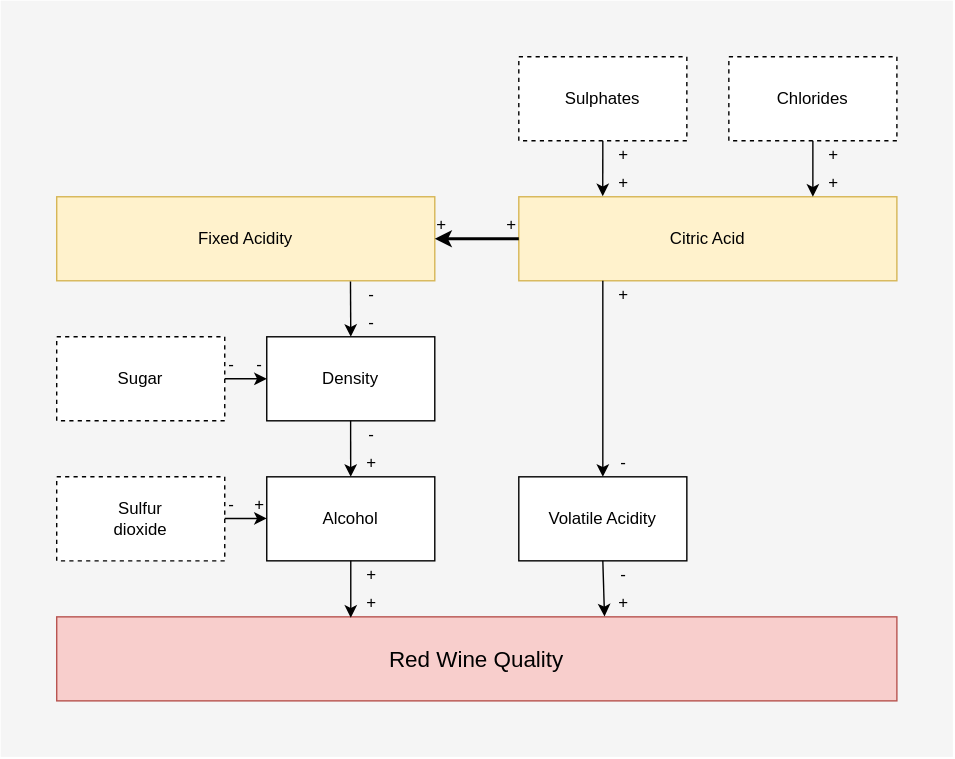
Above: visualisations/wine.svg in Joffreybvn/wine-quality-analysis (draw.io), before the change. Source tidied: cells renumbered, new cells last; positions are measured from the earlier drawing's top-left corner, leaving out a move shared by most shapes. Source of this version:
```xml
<mxGraphModel>
  <root>
    <mxCell id="0" />
    <mxCell id="1" parent="0" />
    <mxCell id="2" style="rounded=0;whiteSpace=wrap;html=1;fillColor=#f5f5f5;fontColor=#333333;strokeColor=none;" parent="1" vertex="1">
      <mxGeometry width="680" height="540" as="geometry" />
    </mxCell>
    <mxCell id="3" style="rounded=0;whiteSpace=wrap;html=1;fillColor=#f8cecc;strokeColor=#b85450;" parent="1" vertex="1">
      <mxGeometry x="40" y="440" width="600" height="60" as="geometry" />
    </mxCell>
    <mxCell id="4" value="&lt;font style=&quot;font-size: 16px&quot;&gt;Red Wine Quality&lt;/font&gt;" style="text;html=1;strokeColor=none;fillColor=none;align=center;verticalAlign=middle;whiteSpace=wrap;rounded=0;" parent="1" vertex="1">
      <mxGeometry x="40" y="460" width="600" height="20" as="geometry" />
    </mxCell>
    <mxCell id="5" style="rounded=0;whiteSpace=wrap;html=1;dashed=1;" parent="1" vertex="1">
      <mxGeometry x="520" y="40" width="120" height="60" as="geometry" />
    </mxCell>
    <mxCell id="6" value="Chlorides" style="text;html=1;strokeColor=none;fillColor=none;align=center;verticalAlign=middle;whiteSpace=wrap;rounded=0;" parent="1" vertex="1">
      <mxGeometry x="560" y="60" width="40" height="20" as="geometry" />
    </mxCell>
    <mxCell id="7" style="rounded=0;whiteSpace=wrap;html=1;dashed=1;" parent="1" vertex="1">
      <mxGeometry x="370" y="40" width="120" height="60" as="geometry" />
    </mxCell>
    <mxCell id="8" value="Sulphates" style="text;html=1;strokeColor=none;fillColor=none;align=center;verticalAlign=middle;whiteSpace=wrap;rounded=0;" parent="1" vertex="1">
      <mxGeometry x="410" y="60" width="40" height="20" as="geometry" />
    </mxCell>
    <mxCell id="9" style="rounded=0;whiteSpace=wrap;html=1;dashed=1;" parent="1" vertex="1">
      <mxGeometry x="40" y="340" width="120" height="60" as="geometry" />
    </mxCell>
    <mxCell id="10" value="Sulfur dioxide" style="text;html=1;strokeColor=none;fillColor=none;align=center;verticalAlign=middle;whiteSpace=wrap;rounded=0;" parent="1" vertex="1">
      <mxGeometry x="80" y="360" width="40" height="20" as="geometry" />
    </mxCell>
    <mxCell id="11" style="rounded=0;whiteSpace=wrap;html=1;dashed=1;" parent="1" vertex="1">
      <mxGeometry x="40" y="240" width="120" height="60" as="geometry" />
    </mxCell>
    <mxCell id="12" value="Sugar" style="text;html=1;strokeColor=none;fillColor=none;align=center;verticalAlign=middle;whiteSpace=wrap;rounded=0;" parent="1" vertex="1">
      <mxGeometry x="80" y="260" width="40" height="20" as="geometry" />
    </mxCell>
    <mxCell id="13" style="rounded=0;whiteSpace=wrap;html=1;fillColor=#fff2cc;strokeColor=#d6b656;" parent="1" vertex="1">
      <mxGeometry x="370" y="140" width="270" height="60" as="geometry" />
    </mxCell>
    <mxCell id="14" style="rounded=0;whiteSpace=wrap;html=1;fillColor=#fff2cc;strokeColor=#d6b656;" parent="1" vertex="1">
      <mxGeometry x="40" y="140" width="270" height="60" as="geometry" />
    </mxCell>
    <mxCell id="15" style="endArrow=classic;html=1;exitX=0.5;exitY=1;exitDx=0;exitDy=0;entryX=0.222;entryY=-0.007;entryDx=0;entryDy=0;entryPerimeter=0;" parent="1" edge="1" source="7" target="13">
      <mxGeometry relative="1" as="geometry" />
    </mxCell>
    <mxCell id="16" style="endArrow=classic;html=1;exitX=0.5;exitY=1;exitDx=0;exitDy=0;" parent="1" edge="1" source="5">
      <mxGeometry relative="1" as="geometry">
        <mxPoint x="580" y="140" as="targetPoint" />
      </mxGeometry>
    </mxCell>
    <mxCell id="17" value="Citric Acid" style="text;html=1;strokeColor=none;fillColor=none;align=center;verticalAlign=middle;whiteSpace=wrap;rounded=0;" parent="1" vertex="1">
      <mxGeometry x="370" y="160" width="270" height="20" as="geometry" />
    </mxCell>
    <mxCell id="18" value="Fixed Acidity" style="text;html=1;strokeColor=none;fillColor=none;align=center;verticalAlign=middle;whiteSpace=wrap;rounded=0;" parent="1" vertex="1">
      <mxGeometry x="40" y="160" width="270" height="20" as="geometry" />
    </mxCell>
    <mxCell id="19" style="rounded=0;whiteSpace=wrap;html=1;" parent="1" vertex="1">
      <mxGeometry x="190" y="240" width="120" height="60" as="geometry" />
    </mxCell>
    <mxCell id="20" style="rounded=0;whiteSpace=wrap;html=1;" parent="1" vertex="1">
      <mxGeometry x="190" y="340" width="120" height="60" as="geometry" />
    </mxCell>
    <mxCell id="21" style="rounded=0;whiteSpace=wrap;html=1;" parent="1" vertex="1">
      <mxGeometry x="370" y="340" width="120" height="60" as="geometry" />
    </mxCell>
    <mxCell id="22" style="endArrow=classic;html=1;exitX=0.777;exitY=1.01;exitDx=0;exitDy=0;entryX=0.5;entryY=0;entryDx=0;entryDy=0;exitPerimeter=0;" parent="1" edge="1" source="14" target="19">
      <mxGeometry relative="1" as="geometry" />
    </mxCell>
    <mxCell id="23" style="endArrow=classic;html=1;exitX=0.777;exitY=1.01;exitDx=0;exitDy=0;exitPerimeter=0;" parent="1" edge="1" target="20">
      <mxGeometry relative="1" as="geometry">
        <mxPoint x="249.9" y="300" as="sourcePoint" />
      </mxGeometry>
    </mxCell>
    <mxCell id="24" style="endArrow=classic;html=1;entryX=0.5;entryY=0;entryDx=0;entryDy=0;" parent="1" edge="1" target="21">
      <mxGeometry relative="1" as="geometry">
        <mxPoint x="430" y="200" as="sourcePoint" />
      </mxGeometry>
    </mxCell>
    <mxCell id="25" style="endArrow=classic;html=1;exitX=1;exitY=0.5;exitDx=0;exitDy=0;entryX=0;entryY=0.5;entryDx=0;entryDy=0;" parent="1" edge="1" source="11" target="19">
      <mxGeometry relative="1" as="geometry" />
    </mxCell>
    <mxCell id="26" style="endArrow=classic;html=1;exitX=1;exitY=0.5;exitDx=0;exitDy=0;entryX=0;entryY=0.5;entryDx=0;entryDy=0;" parent="1" edge="1">
      <mxGeometry relative="1" as="geometry">
        <mxPoint x="160" y="369.8" as="sourcePoint" />
        <mxPoint x="190" y="369.8" as="targetPoint" />
      </mxGeometry>
    </mxCell>
    <mxCell id="27" style="endArrow=classic;html=1;exitX=0.5;exitY=1;exitDx=0;exitDy=0;entryX=0.652;entryY=-0.005;entryDx=0;entryDy=0;entryPerimeter=0;" parent="1" edge="1" source="21" target="3">
      <mxGeometry relative="1" as="geometry" />
    </mxCell>
    <mxCell id="28" value="Density" style="text;html=1;strokeColor=none;fillColor=none;align=center;verticalAlign=middle;whiteSpace=wrap;rounded=0;" parent="1" vertex="1">
      <mxGeometry x="230" y="260" width="40" height="20" as="geometry" />
    </mxCell>
    <mxCell id="29" value="Alcohol" style="text;html=1;strokeColor=none;fillColor=none;align=center;verticalAlign=middle;whiteSpace=wrap;rounded=0;" parent="1" vertex="1">
      <mxGeometry x="230" y="360" width="40" height="20" as="geometry" />
    </mxCell>
    <mxCell id="30" value="Volatile Acidity" style="text;html=1;strokeColor=none;fillColor=none;align=center;verticalAlign=middle;whiteSpace=wrap;rounded=0;" parent="1" vertex="1">
      <mxGeometry x="370" y="360" width="120" height="20" as="geometry" />
    </mxCell>
    <mxCell id="31" style="endArrow=classic;html=1;exitX=0.5;exitY=1;exitDx=0;exitDy=0;entryX=0.35;entryY=0.01;entryDx=0;entryDy=0;entryPerimeter=0;" parent="1" edge="1" source="20" target="3">
      <mxGeometry relative="1" as="geometry" />
    </mxCell>
    <mxCell id="32" style="endArrow=classic;startArrow=none;html=1;exitX=0;exitY=0.5;exitDx=0;exitDy=0;entryX=1;entryY=0.5;entryDx=0;entryDy=0;strokeWidth=2;endFill=1;startFill=0;" parent="1" edge="1" source="17" target="18">
      <mxGeometry relative="1" as="geometry" />
    </mxCell>
    <mxCell id="33" value="+" style="text;html=1;strokeColor=none;fillColor=none;align=center;verticalAlign=middle;whiteSpace=wrap;rounded=0;dashed=1;" parent="1" vertex="1">
      <mxGeometry x="440" y="420" width="10" height="20" as="geometry" />
    </mxCell>
    <mxCell id="34" value="-" style="text;html=1;strokeColor=none;fillColor=none;align=center;verticalAlign=middle;whiteSpace=wrap;rounded=0;dashed=1;" parent="1" vertex="1">
      <mxGeometry x="440" y="400" width="10" height="20" as="geometry" />
    </mxCell>
    <mxCell id="35" value="+" style="text;html=1;strokeColor=none;fillColor=none;align=center;verticalAlign=middle;whiteSpace=wrap;rounded=0;dashed=1;" parent="1" vertex="1">
      <mxGeometry x="260" y="420" width="10" height="20" as="geometry" />
    </mxCell>
    <mxCell id="36" value="+" style="text;html=1;strokeColor=none;fillColor=none;align=center;verticalAlign=middle;whiteSpace=wrap;rounded=0;dashed=1;" parent="1" vertex="1">
      <mxGeometry x="260" y="400" width="10" height="20" as="geometry" />
    </mxCell>
    <mxCell id="37" value="+" style="text;html=1;strokeColor=none;fillColor=none;align=center;verticalAlign=middle;whiteSpace=wrap;rounded=0;dashed=1;" parent="1" vertex="1">
      <mxGeometry x="180" y="350" width="10" height="20" as="geometry" />
    </mxCell>
    <mxCell id="38" value="-" style="text;html=1;strokeColor=none;fillColor=none;align=center;verticalAlign=middle;whiteSpace=wrap;rounded=0;dashed=1;" parent="1" vertex="1">
      <mxGeometry x="160" y="350" width="10" height="20" as="geometry" />
    </mxCell>
    <mxCell id="39" value="-" style="text;html=1;strokeColor=none;fillColor=none;align=center;verticalAlign=middle;whiteSpace=wrap;rounded=0;dashed=1;" parent="1" vertex="1">
      <mxGeometry x="160" y="250" width="10" height="20" as="geometry" />
    </mxCell>
    <mxCell id="40" value="-" style="text;html=1;strokeColor=none;fillColor=none;align=center;verticalAlign=middle;whiteSpace=wrap;rounded=0;dashed=1;" parent="1" vertex="1">
      <mxGeometry x="180" y="250" width="10" height="20" as="geometry" />
    </mxCell>
    <mxCell id="41" value="-" style="text;html=1;strokeColor=none;fillColor=none;align=center;verticalAlign=middle;whiteSpace=wrap;rounded=0;dashed=1;" parent="1" vertex="1">
      <mxGeometry x="260" y="300" width="10" height="20" as="geometry" />
    </mxCell>
    <mxCell id="42" value="+" style="text;html=1;strokeColor=none;fillColor=none;align=center;verticalAlign=middle;whiteSpace=wrap;rounded=0;dashed=1;" parent="1" vertex="1">
      <mxGeometry x="260" y="320" width="10" height="20" as="geometry" />
    </mxCell>
    <mxCell id="43" value="-" style="text;html=1;strokeColor=none;fillColor=none;align=center;verticalAlign=middle;whiteSpace=wrap;rounded=0;dashed=1;" parent="1" vertex="1">
      <mxGeometry x="260" y="220" width="10" height="20" as="geometry" />
    </mxCell>
    <mxCell id="44" value="-" style="text;html=1;strokeColor=none;fillColor=none;align=center;verticalAlign=middle;whiteSpace=wrap;rounded=0;dashed=1;" parent="1" vertex="1">
      <mxGeometry x="260" y="200" width="10" height="20" as="geometry" />
    </mxCell>
    <mxCell id="45" value="-" style="text;html=1;strokeColor=none;fillColor=none;align=center;verticalAlign=middle;whiteSpace=wrap;rounded=0;dashed=1;" parent="1" vertex="1">
      <mxGeometry x="440" y="320" width="10" height="20" as="geometry" />
    </mxCell>
    <mxCell id="46" value="+" style="text;html=1;strokeColor=none;fillColor=none;align=center;verticalAlign=middle;whiteSpace=wrap;rounded=0;dashed=1;" parent="1" vertex="1">
      <mxGeometry x="440" y="200" width="10" height="20" as="geometry" />
    </mxCell>
    <mxCell id="47" value="+" style="text;html=1;strokeColor=none;fillColor=none;align=center;verticalAlign=middle;whiteSpace=wrap;rounded=0;dashed=1;" parent="1" vertex="1">
      <mxGeometry x="360" y="150" width="10" height="20" as="geometry" />
    </mxCell>
    <mxCell id="48" value="+" style="text;html=1;strokeColor=none;fillColor=none;align=center;verticalAlign=middle;whiteSpace=wrap;rounded=0;dashed=1;" parent="1" vertex="1">
      <mxGeometry x="310" y="150" width="10" height="20" as="geometry" />
    </mxCell>
    <mxCell id="49" value="+" style="text;html=1;strokeColor=none;fillColor=none;align=center;verticalAlign=middle;whiteSpace=wrap;rounded=0;dashed=1;" parent="1" vertex="1">
      <mxGeometry x="440" y="100" width="10" height="20" as="geometry" />
    </mxCell>
    <mxCell id="50" value="+" style="text;html=1;strokeColor=none;fillColor=none;align=center;verticalAlign=middle;whiteSpace=wrap;rounded=0;dashed=1;" parent="1" vertex="1">
      <mxGeometry x="440" y="120" width="10" height="20" as="geometry" />
    </mxCell>
    <mxCell id="51" value="+" style="text;html=1;strokeColor=none;fillColor=none;align=center;verticalAlign=middle;whiteSpace=wrap;rounded=0;dashed=1;" parent="1" vertex="1">
      <mxGeometry x="590" y="100" width="10" height="20" as="geometry" />
    </mxCell>
    <mxCell id="52" value="+" style="text;html=1;strokeColor=none;fillColor=none;align=center;verticalAlign=middle;whiteSpace=wrap;rounded=0;dashed=1;" parent="1" vertex="1">
      <mxGeometry x="590" y="120" width="10" height="20" as="geometry" />
    </mxCell>
  </root>
</mxGraphModel>
```
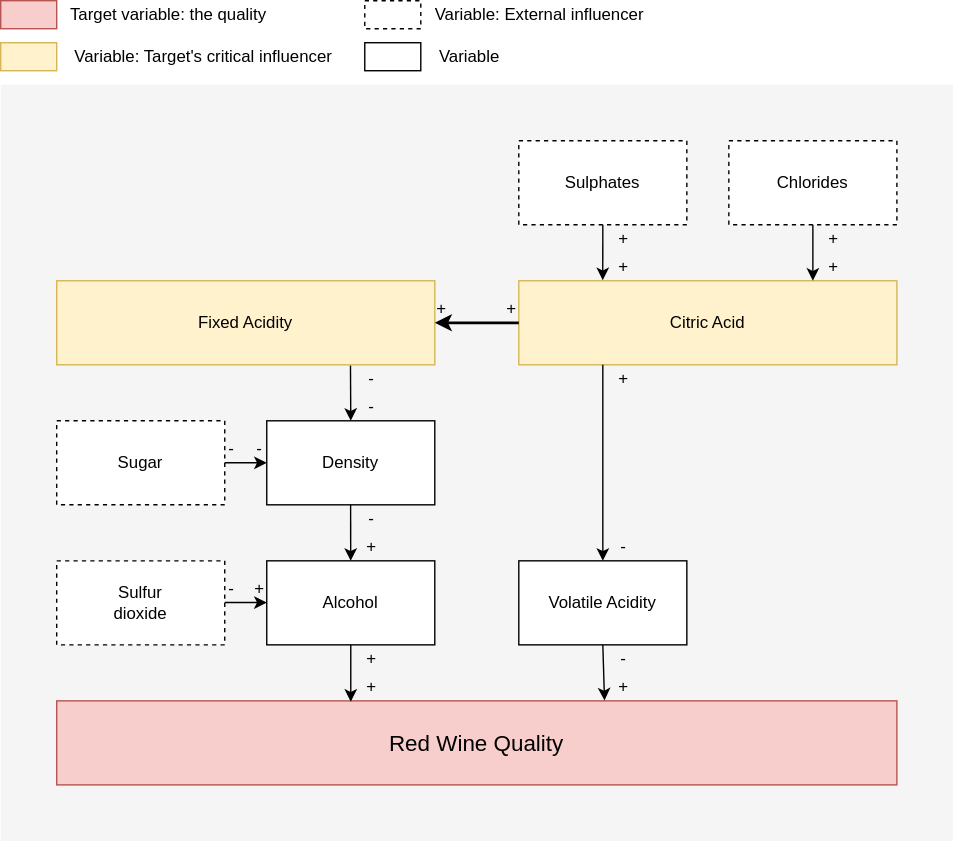
Later version of the same file.

Diff of the diagram source:
```diff
@@ -164,5 +164,29 @@
     <mxCell id="52" value="+" style="text;html=1;strokeColor=none;fillColor=none;align=center;verticalAlign=middle;whiteSpace=wrap;rounded=0;dashed=1;" parent="1" vertex="1">
       <mxGeometry x="590" y="120" width="10" height="20" as="geometry" />
     </mxCell>
+    <mxCell id="53" style="rounded=0;whiteSpace=wrap;html=1;dashed=1;" parent="1" vertex="1">
+      <mxGeometry x="260" y="-60" width="40" height="20" as="geometry" />
+    </mxCell>
+    <mxCell id="54" style="rounded=0;whiteSpace=wrap;html=1;fillColor=#fff2cc;strokeColor=#d6b656;" parent="1" vertex="1">
+      <mxGeometry y="-30" width="40" height="20" as="geometry" />
+    </mxCell>
+    <mxCell id="55" style="rounded=0;whiteSpace=wrap;html=1;fillColor=#f8cecc;strokeColor=#b85450;" parent="1" vertex="1">
+      <mxGeometry y="-60" width="40" height="20" as="geometry" />
+    </mxCell>
+    <mxCell id="56" value="Target variable: the quality" style="text;html=1;strokeColor=none;fillColor=none;align=center;verticalAlign=middle;whiteSpace=wrap;rounded=0;dashed=1;" parent="1" vertex="1">
+      <mxGeometry x="40" y="-60" width="160" height="20" as="geometry" />
+    </mxCell>
+    <mxCell id="57" value="Variable: Target's critical influencer" style="text;html=1;strokeColor=none;fillColor=none;align=center;verticalAlign=middle;whiteSpace=wrap;rounded=0;dashed=1;" parent="1" vertex="1">
+      <mxGeometry x="40" y="-30" width="210" height="20" as="geometry" />
+    </mxCell>
+    <mxCell id="58" value="Variable: External influencer" style="text;html=1;strokeColor=none;fillColor=none;align=center;verticalAlign=middle;whiteSpace=wrap;rounded=0;dashed=1;" parent="1" vertex="1">
+      <mxGeometry x="300" y="-60" width="170" height="20" as="geometry" />
+    </mxCell>
+    <mxCell id="59" style="rounded=0;whiteSpace=wrap;html=1;" parent="1" vertex="1">
+      <mxGeometry x="260" y="-30" width="40" height="20" as="geometry" />
+    </mxCell>
+    <mxCell id="60" value="Variable" style="text;html=1;strokeColor=none;fillColor=none;align=center;verticalAlign=middle;whiteSpace=wrap;rounded=0;dashed=1;" parent="1" vertex="1">
+      <mxGeometry x="300" y="-30" width="70" height="20" as="geometry" />
+    </mxCell>
   </root>
 </mxGraphModel>
```
